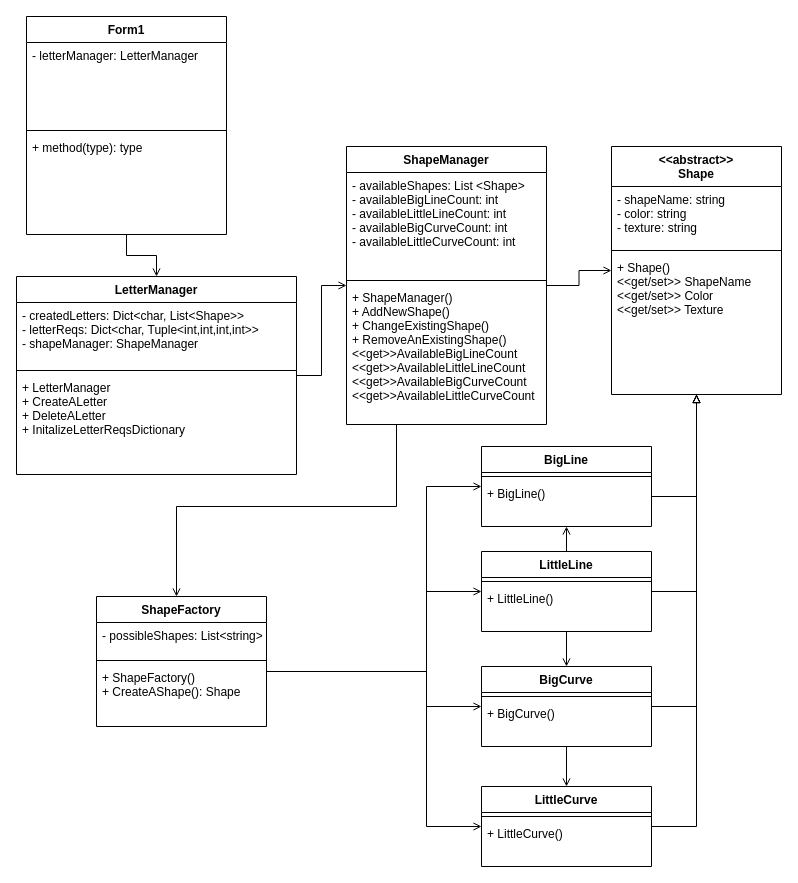
The draw.io diagram Untitled Diagram.drawio in WyattCroucher3/ClassDiagramCptS321, before the edit. Source tidied: cells renumbered, new cells numbered last; positions are measured from the earlier drawing's top-left corner, leaving out a move shared by most shapes. Both pictures are drawn from the tidied source at 100%, with x=0, y=0 at pixel (16, 16).
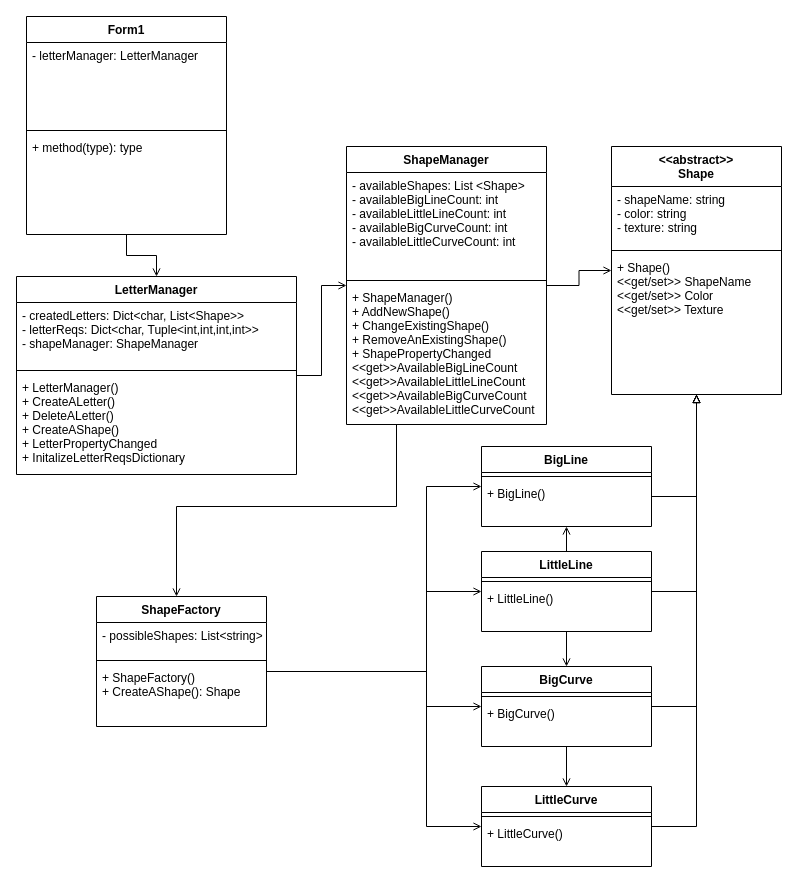
The same diagram, later.

The change refers to these unchanged cells:
```xml
<mxCell id="8" value="LetterManager" style="swimlane;fontStyle=1;align=center;verticalAlign=top;horizontal=1;startSize=26;" parent="1" vertex="1">
  <mxGeometry y="260" width="280" height="198" as="geometry" />
</mxCell>
<mxCell id="14" value="ShapeManager" style="swimlane;fontStyle=1;align=center;verticalAlign=top;horizontal=1;startSize=26;" parent="1" vertex="1">
  <mxGeometry x="330" y="130" width="200" height="278" as="geometry" />
</mxCell>
```

Change to the diagram source:
```diff
@@
-    <mxCell id="11" value="+ LetterManager&#10;+ CreateALetter&#10;+ DeleteALetter&#10;+ InitalizeLetterReqsDictionary" style="text;strokeColor=none;fillColor=none;align=left;verticalAlign=top;spacingLeft=4;spacingRight=4;overflow=hidden;" parent="8" vertex="1">
+    <mxCell id="11" value="+ LetterManager()&#10;+ CreateALetter()&#10;+ DeleteALetter()&#10;+ CreateAShape()&#10;+ LetterPropertyChanged&#10;+ InitalizeLetterReqsDictionary" style="text;strokeColor=none;fillColor=none;align=left;verticalAlign=top;spacingLeft=4;spacingRight=4;overflow=hidden;" parent="8" vertex="1">
       <mxGeometry y="98" width="280" height="100" as="geometry" />
     </mxCell>
@@
-    <mxCell id="17" value="+ ShapeManager()&#10;+ AddNewShape()&#10;+ ChangeExistingShape()&#10;+ RemoveAnExistingShape()&#10;&lt;&lt;get&gt;&gt;AvailableBigLineCount&#10;&lt;&lt;get&gt;&gt;AvailableLittleLineCount&#10;&lt;&lt;get&gt;&gt;AvailableBigCurveCount&#10;&lt;&lt;get&gt;&gt;AvailableLittleCurveCount" style="text;strokeColor=none;fillColor=none;align=left;verticalAlign=top;spacingLeft=4;spacingRight=4;overflow=hidden;" parent="14" vertex="1">
+    <mxCell id="17" value="+ ShapeManager()&#10;+ AddNewShape()&#10;+ ChangeExistingShape()&#10;+ RemoveAnExistingShape()&#10;+ ShapePropertyChanged&#10;&lt;&lt;get&gt;&gt;AvailableBigLineCount&#10;&lt;&lt;get&gt;&gt;AvailableLittleLineCount&#10;&lt;&lt;get&gt;&gt;AvailableBigCurveCount&#10;&lt;&lt;get&gt;&gt;AvailableLittleCurveCount" style="text;strokeColor=none;fillColor=none;align=left;verticalAlign=top;spacingLeft=4;spacingRight=4;overflow=hidden;" parent="14" vertex="1">
       <mxGeometry y="138" width="200" height="140" as="geometry" />
     </mxCell>
```
